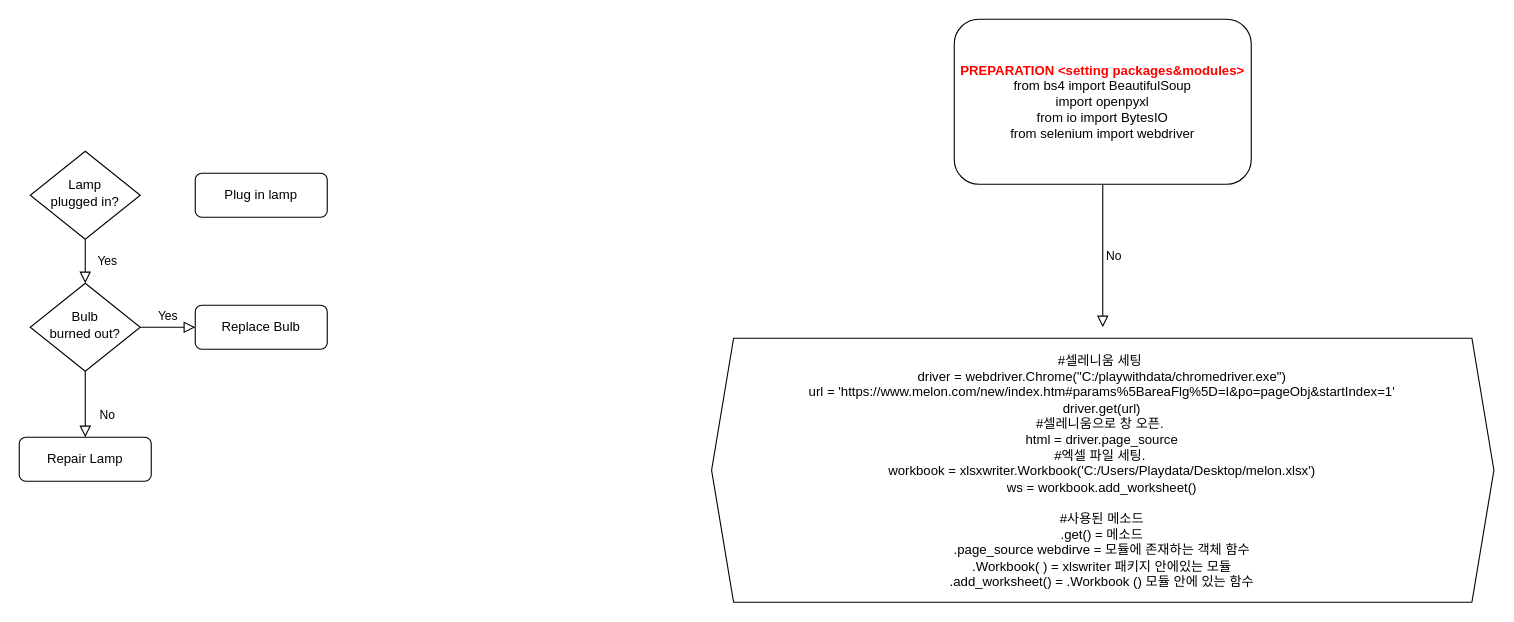
The draw.io diagram Untitled Diagram.drawio in kimsk920825/daily_commit, before the edit. Source tidied: cells renumbered, new cells numbered last; positions are measured from the earlier drawing's top-left corner, leaving out a move shared by most shapes. Both pictures are drawn from the tidied source at 110%, with x=0, y=0 at pixel (19, 19).
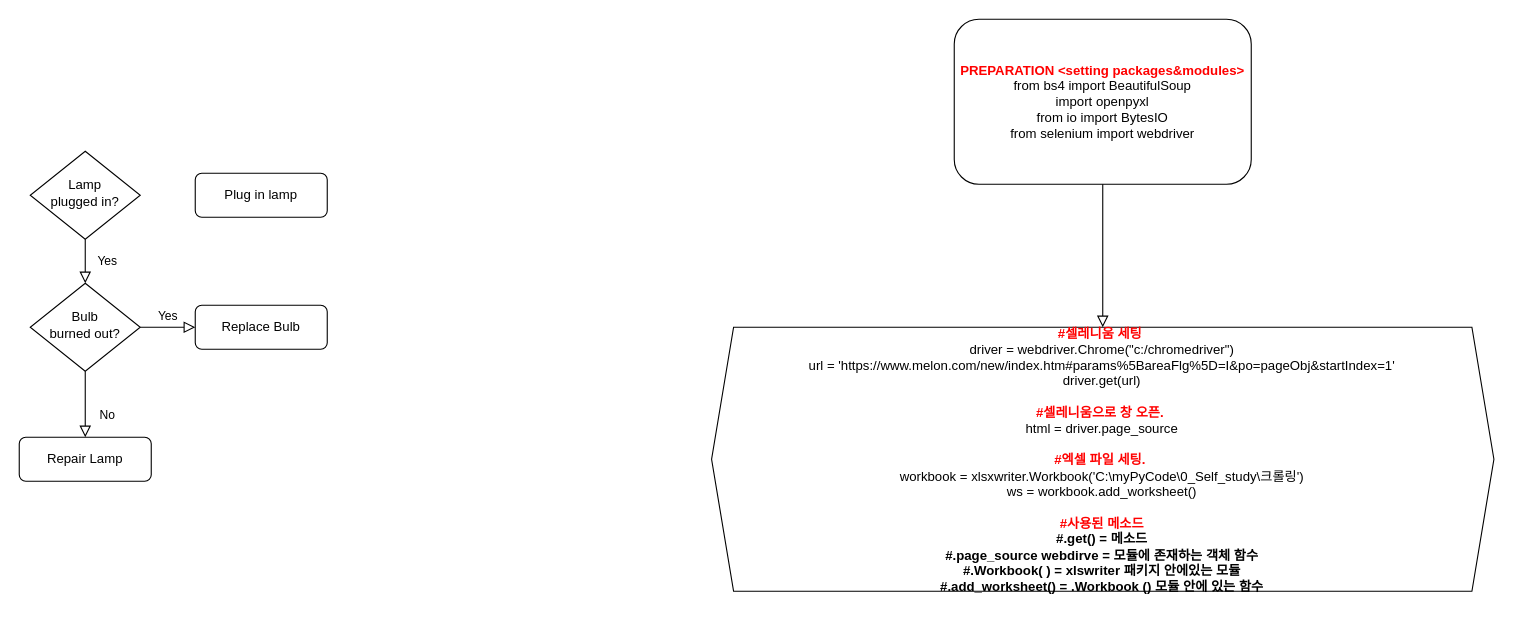
Above is the later version.

What changed in the source:
```diff
@@
 <mxGraphModel>
   <root>
     <mxCell id="0" />
     <mxCell id="1" parent="0" />
-    <mxCell id="2" value="&lt;div&gt;#셀레니움 세팅&amp;nbsp;&lt;/div&gt;&lt;div&gt;driver = webdriver.Chrome(&quot;C:/playwithdata/chromedriver.exe&quot;)&lt;/div&gt;&lt;div&gt;url = 'https://www.melon.com/new/index.htm#params%5BareaFlg%5D=I&amp;amp;po=pageObj&amp;amp;startIndex=1'&lt;/div&gt;&lt;div&gt;driver.get(url)&lt;/div&gt;&lt;div&gt;#셀레니움으로 창 오픈.&amp;nbsp;&lt;/div&gt;&lt;div&gt;html = driver.page_source&lt;/div&gt;&lt;div&gt;#엑셀 파일 세팅.&amp;nbsp;&lt;/div&gt;&lt;div&gt;workbook = xlsxwriter.Workbook('C:/Users/Playdata/Desktop/melon.xlsx')&lt;/div&gt;&lt;div&gt;ws = workbook.add_worksheet()&lt;/div&gt;&lt;div&gt;&lt;br&gt;&lt;/div&gt;&lt;div&gt;#사용된 메소드&lt;/div&gt;&lt;div&gt;.get() = 메소드&lt;/div&gt;&lt;div&gt;.page_source webdirve = 모듈에 존재하는 객체 함수&lt;/div&gt;&lt;div&gt;.Workbook( ) = xlswriter 패키지 안에있는 모듈&lt;/div&gt;&lt;div&gt;.add_worksheet() = .Workbook () 모듈 안에 있는 함수&lt;/div&gt;" style="shape=hexagon;perimeter=hexagonPerimeter2;whiteSpace=wrap;html=1;fixedSize=1;spacingTop=2;spacingLeft=0;verticalAlign=middle;" parent="1" vertex="1">
-      <mxGeometry x="629.4" y="290" width="711.2" height="240" as="geometry" />
+    <mxCell id="2" value="&lt;div&gt;&lt;b&gt;&lt;font color=&quot;#ff0000&quot;&gt;#셀레니움 세팅&amp;nbsp;&lt;/font&gt;&lt;/b&gt;&lt;/div&gt;&lt;div&gt;driver = webdriver.Chrome(&quot;c:/chromedriver&quot;)&lt;/div&gt;&lt;div&gt;url = 'https://www.melon.com/new/index.htm#params%5BareaFlg%5D=I&amp;amp;po=pageObj&amp;amp;startIndex=1'&lt;/div&gt;&lt;div&gt;driver.get(url)&lt;/div&gt;&lt;div&gt;&lt;br&gt;&lt;/div&gt;&lt;div&gt;&lt;font color=&quot;#ff0000&quot;&gt;&lt;b&gt;#셀레니움으로 창 오픈.&amp;nbsp;&lt;/b&gt;&lt;/font&gt;&lt;/div&gt;&lt;div&gt;html = driver.page_source&lt;/div&gt;&lt;div&gt;&lt;br&gt;&lt;/div&gt;&lt;div&gt;&lt;font color=&quot;#ff0000&quot;&gt;&lt;b&gt;#엑셀 파일 세팅.&amp;nbsp;&lt;/b&gt;&lt;/font&gt;&lt;/div&gt;&lt;div&gt;workbook = xlsxwriter.Workbook('C:\myPyCode\0_Self_study\크롤링')&lt;/div&gt;&lt;div&gt;ws = workbook.add_worksheet()&lt;/div&gt;&lt;div&gt;&lt;br&gt;&lt;/div&gt;&lt;div&gt;&lt;b&gt;&lt;font color=&quot;#ff0000&quot;&gt;#사용된 메소드&lt;/font&gt;&lt;/b&gt;&lt;/div&gt;&lt;div&gt;&lt;font&gt;&lt;b&gt;&lt;div&gt;#.get() = 메소드&lt;/div&gt;&lt;div&gt;#.page_source webdirve = 모듈에 존재하는 객체 함수&lt;/div&gt;&lt;div&gt;#.Workbook( ) = xlswriter 패키지 안에있는 모듈&lt;/div&gt;&lt;div&gt;#.add_worksheet() = .Workbook () 모듈 안에 있는 함수&lt;/div&gt;&lt;/b&gt;&lt;/font&gt;&lt;/div&gt;" style="shape=hexagon;perimeter=hexagonPerimeter2;whiteSpace=wrap;html=1;fixedSize=1;spacingTop=2;spacingLeft=0;verticalAlign=middle;" parent="1" vertex="1">
+      <mxGeometry x="629.4" y="280" width="711.2" height="240" as="geometry" />
     </mxCell>
     <mxCell id="3" value="&lt;div&gt;&lt;b&gt;&lt;font color=&quot;#ff0000&quot;&gt;PREPARATION &amp;lt;setting packages&amp;amp;modules&amp;gt;&lt;/font&gt;&lt;/b&gt;&lt;/div&gt;&lt;div&gt;from bs4 import BeautifulSoup&lt;/div&gt;&lt;div&gt;import openpyxl&lt;/div&gt;&lt;div&gt;from io import BytesIO&lt;/div&gt;&lt;div&gt;from selenium import webdriver&lt;/div&gt;" style="rounded=1;whiteSpace=wrap;html=1;fontSize=12;glass=0;strokeWidth=1;shadow=0;labelPosition=center;verticalLabelPosition=middle;align=center;verticalAlign=middle;" parent="1" vertex="1">
       <mxGeometry x="850" width="270" height="150" as="geometry" />
     </mxCell>
     <mxCell id="4" value="Yes" style="rounded=0;html=1;jettySize=auto;fontSize=11;endArrow=block;endFill=0;endSize=8;strokeWidth=1;shadow=0;labelBackgroundColor=none;edgeStyle=orthogonalEdgeStyle;" parent="1" edge="1" source="5" target="9">
       <mxGeometry y="20" relative="1" as="geometry" />
     </mxCell>
     <mxCell id="5" value="Lamp&lt;br&gt;plugged in?" style="rhombus;whiteSpace=wrap;html=1;shadow=0;fontFamily=Helvetica;fontSize=12;align=center;strokeWidth=1;spacing=6;spacingTop=-4;" parent="1" vertex="1">
       <mxGeometry x="10" y="120" width="100" height="80" as="geometry" />
     </mxCell>
     <mxCell id="6" value="Plug in lamp" style="rounded=1;whiteSpace=wrap;html=1;fontSize=12;glass=0;strokeWidth=1;shadow=0;" parent="1" vertex="1">
       <mxGeometry x="160" y="140" width="120" height="40" as="geometry" />
     </mxCell>
     <mxCell id="7" value="No" style="rounded=0;html=1;jettySize=auto;fontSize=11;endArrow=block;endFill=0;endSize=8;strokeWidth=1;shadow=0;labelBackgroundColor=none;edgeStyle=orthogonalEdgeStyle;" parent="1" edge="1" source="9" target="10">
       <mxGeometry x="0.33" y="20" relative="1" as="geometry" />
     </mxCell>
     <mxCell id="8" value="Yes" style="edgeStyle=orthogonalEdgeStyle;rounded=0;html=1;jettySize=auto;fontSize=11;endArrow=block;endFill=0;endSize=8;strokeWidth=1;shadow=0;labelBackgroundColor=none;" parent="1" edge="1" source="9" target="11">
       <mxGeometry y="10" relative="1" as="geometry" />
     </mxCell>
     <mxCell id="9" value="Bulb&lt;br&gt;burned out?" style="rhombus;whiteSpace=wrap;html=1;shadow=0;fontFamily=Helvetica;fontSize=12;align=center;strokeWidth=1;spacing=6;spacingTop=-4;" parent="1" vertex="1">
       <mxGeometry x="10" y="240" width="100" height="80" as="geometry" />
     </mxCell>
     <mxCell id="10" value="Repair Lamp" style="rounded=1;whiteSpace=wrap;html=1;fontSize=12;glass=0;strokeWidth=1;shadow=0;" parent="1" vertex="1">
       <mxGeometry y="380" width="120" height="40" as="geometry" />
     </mxCell>
     <mxCell id="11" value="Replace Bulb" style="rounded=1;whiteSpace=wrap;html=1;fontSize=12;glass=0;strokeWidth=1;shadow=0;" parent="1" vertex="1">
       <mxGeometry x="160" y="260" width="120" height="40" as="geometry" />
     </mxCell>
-    <mxCell id="12" value="No" style="edgeStyle=orthogonalEdgeStyle;rounded=0;html=1;jettySize=auto;fontSize=11;endArrow=block;endFill=0;endSize=8;strokeWidth=1;shadow=0;labelBackgroundColor=none;exitX=0.5;exitY=1;exitDx=0;exitDy=0;" parent="1" edge="1" source="3">
+    <mxCell id="12" style="edgeStyle=orthogonalEdgeStyle;rounded=0;html=1;jettySize=auto;fontSize=11;endArrow=block;endFill=0;endSize=8;strokeWidth=1;shadow=0;labelBackgroundColor=none;exitX=0.5;exitY=1;exitDx=0;exitDy=0;" parent="1" edge="1" source="3">
       <mxGeometry y="10" relative="1" as="geometry">
         <mxPoint x="985" y="280" as="targetPoint" />
         <Array as="points">
           <mxPoint x="985" y="160" />
         </Array>
       </mxGeometry>
     </mxCell>
   </root>
 </mxGraphModel>
```
